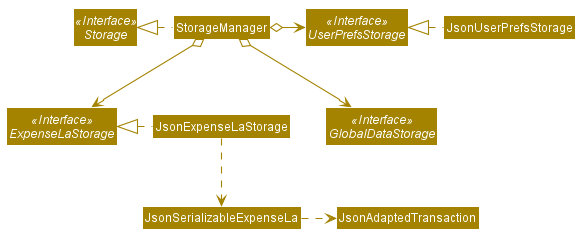
Earlier version of the PlantUML export images/StorageClassDiagram.png (AY1920S2-CS2103-T09-3/main). The source it was exported from:
```plantuml
@startuml








skinparam BackgroundColor #FFFFFFF

skinparam Shadowing false

skinparam Class {
    FontColor #FFFFFF
    BorderThickness 1
    BorderColor #FFFFFF
    StereotypeFontColor #FFFFFF
    FontName Arial
}

skinparam Actor {
    BorderColor #000000
    Color #000000
    FontName Arial
}

skinparam Sequence {
    MessageAlign center
    BoxFontSize 15
    BoxPadding 0
    BoxFontColor #FFFFFF
    FontName Arial
}

skinparam Participant {
    FontColor #FFFFFFF
    Padding 20
}

skinparam MinClassWidth 50
skinparam ParticipantPadding 10
skinparam Shadowing false
skinparam DefaultTextAlignment center
skinparam packageStyle Rectangle

hide footbox
hide members
hide circle
skinparam arrowThickness 1.1
skinparam arrowColor #A38300
skinparam classBackgroundColor #A38300

Interface Storage <<Interface>>
Interface UserPrefsStorage <<Interface>>
Interface ExpenseLaStorage <<Interface>>
Interface GlobalDataStorage <<Interface>>

Class StorageManager
Class JsonUserPrefsStorage
Class JsonExpenseLaStorage

StorageManager .left.|> Storage
StorageManager o-right-> UserPrefsStorage
StorageManager o--> ExpenseLaStorage
StorageManager o--> GlobalDataStorage

JsonUserPrefsStorage .left.|> UserPrefsStorage
JsonExpenseLaStorage .left.|> ExpenseLaStorage
JsonExpenseLaStorage .down.> JsonSerializableExpenseLa
JsonSerializableExpenseLa .right.> JsonAdaptedTransaction

@enduml
```
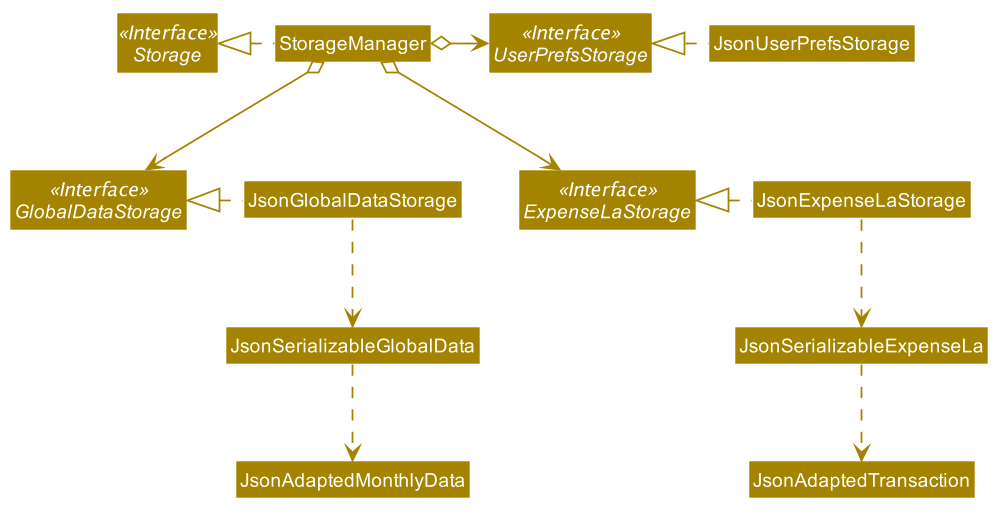
The same diagram one commit later.

Diff of the diagram source:
```diff
@@ -68,6 +68,9 @@
 JsonUserPrefsStorage .left.|> UserPrefsStorage
 JsonExpenseLaStorage .left.|> ExpenseLaStorage
 JsonExpenseLaStorage .down.> JsonSerializableExpenseLa
-JsonSerializableExpenseLa .right.> JsonAdaptedTransaction
 
+JsonSerializableExpenseLa .down.> JsonAdaptedTransaction
+JsonGlobalDataStorage .left.|> GlobalDataStorage
+JsonGlobalDataStorage .down.> JsonSerializableGlobalData
+JsonSerializableGlobalData .down.>JsonAdaptedMonthlyData
 @enduml
```
